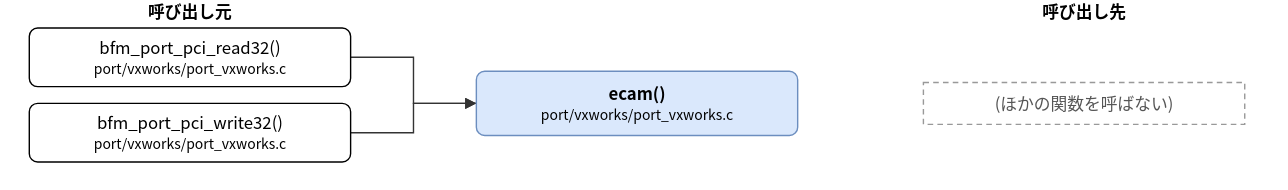
Above: doc/spec/images/call_port_vxworks_port_vxworks-ecam.drawio.svg in hf355051012-ai/bfmem (draw.io), before the change. Source tidied: cells renumbered, new cells last; positions are measured from the earlier drawing's top-left corner, leaving out a move shared by most shapes. Its diagram source:
```xml
<mxGraphModel>
  <root>
    <mxCell id="0" />
    <mxCell id="1" parent="0" />
    <mxCell id="2" value="ecam()&lt;br&gt;&lt;font style=&quot;font-size:10px&quot;&gt;port/vxworks/port_vxworks.c&lt;/font&gt;" style="rounded=1;whiteSpace=wrap;html=1;fillColor=#dae8fc;strokeColor=#6c8ebf;fontStyle=1;" parent="1" vertex="1">
      <mxGeometry x="320" y="51" width="230" height="46" as="geometry" />
    </mxCell>
    <mxCell id="3" value="bfm_port_pci_read32()&lt;br&gt;&lt;font style=&quot;font-size:10px&quot;&gt;port/vxworks/port_vxworks.c&lt;/font&gt;" style="rounded=1;whiteSpace=wrap;html=1;" parent="1" vertex="1">
      <mxGeometry y="20" width="230" height="42" as="geometry" />
    </mxCell>
    <mxCell id="4" value="bfm_port_pci_write32()&lt;br&gt;&lt;font style=&quot;font-size:10px&quot;&gt;port/vxworks/port_vxworks.c&lt;/font&gt;" style="rounded=1;whiteSpace=wrap;html=1;" parent="1" vertex="1">
      <mxGeometry y="74" width="230" height="42" as="geometry" />
    </mxCell>
    <mxCell id="5" value="(ほかの関数を呼ばない)" style="rounded=0;whiteSpace=wrap;html=1;dashed=1;strokeColor=#999999;fontColor=#555555;dashed=1;" parent="1" vertex="1">
      <mxGeometry x="640" y="59" width="230" height="30" as="geometry" />
    </mxCell>
    <mxCell id="6" style="edgeStyle=none;html=1;rounded=0;endArrow=block;endFill=1;exitX=1.0000;exitY=0.5000;exitDx=0;exitDy=0;exitPerimeter=0;entryX=0.0000;entryY=0.5000;entryDx=0;entryDy=0;entryPerimeter=0;" parent="1" edge="1" source="3" target="2">
      <mxGeometry relative="1" as="geometry">
        <Array as="points">
          <mxPoint x="275" y="41" />
          <mxPoint x="275" y="74" />
        </Array>
      </mxGeometry>
    </mxCell>
    <mxCell id="7" style="edgeStyle=none;html=1;rounded=0;endArrow=block;endFill=1;exitX=1.0000;exitY=0.5000;exitDx=0;exitDy=0;exitPerimeter=0;entryX=0.0000;entryY=0.5000;entryDx=0;entryDy=0;entryPerimeter=0;" parent="1" edge="1" source="4" target="2">
      <mxGeometry relative="1" as="geometry">
        <Array as="points">
          <mxPoint x="275" y="95" />
          <mxPoint x="275" y="74" />
        </Array>
      </mxGeometry>
    </mxCell>
    <mxCell id="8" value="呼び出し元" style="text;html=1;align=center;fontStyle=1;" parent="1" vertex="1">
      <mxGeometry x="35" width="160" height="18" as="geometry" />
    </mxCell>
    <mxCell id="9" value="呼び出し先" style="text;html=1;align=center;fontStyle=1;" parent="1" vertex="1">
      <mxGeometry x="675" width="160" height="18" as="geometry" />
    </mxCell>
  </root>
</mxGraphModel>
```
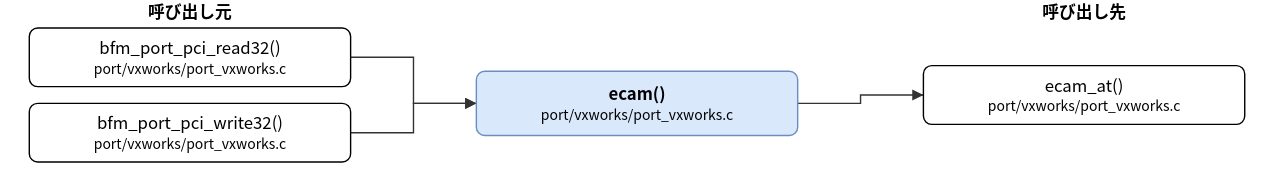
Later version of the same file.

What changed in the source:
```diff
@@ -11,8 +11,8 @@
     <mxCell id="4" value="bfm_port_pci_write32()&lt;br&gt;&lt;font style=&quot;font-size:10px&quot;&gt;port/vxworks/port_vxworks.c&lt;/font&gt;" style="rounded=1;whiteSpace=wrap;html=1;" parent="1" vertex="1">
       <mxGeometry y="74" width="230" height="42" as="geometry" />
     </mxCell>
-    <mxCell id="5" value="(ほかの関数を呼ばない)" style="rounded=0;whiteSpace=wrap;html=1;dashed=1;strokeColor=#999999;fontColor=#555555;dashed=1;" parent="1" vertex="1">
-      <mxGeometry x="640" y="59" width="230" height="30" as="geometry" />
+    <mxCell id="5" value="ecam_at()&lt;br&gt;&lt;font style=&quot;font-size:10px&quot;&gt;port/vxworks/port_vxworks.c&lt;/font&gt;" style="rounded=1;whiteSpace=wrap;html=1;" parent="1" vertex="1">
+      <mxGeometry x="640" y="47" width="230" height="42" as="geometry" />
     </mxCell>
     <mxCell id="6" style="edgeStyle=none;html=1;rounded=0;endArrow=block;endFill=1;exitX=1.0000;exitY=0.5000;exitDx=0;exitDy=0;exitPerimeter=0;entryX=0.0000;entryY=0.5000;entryDx=0;entryDy=0;entryPerimeter=0;" parent="1" edge="1" source="3" target="2">
       <mxGeometry relative="1" as="geometry">
@@ -30,6 +30,14 @@
         </Array>
       </mxGeometry>
     </mxCell>
+    <mxCell id="10" style="edgeStyle=none;html=1;rounded=0;endArrow=block;endFill=1;exitX=1.0000;exitY=0.5000;exitDx=0;exitDy=0;exitPerimeter=0;entryX=0.0000;entryY=0.5000;entryDx=0;entryDy=0;entryPerimeter=0;" parent="1" edge="1" source="2" target="5">
+      <mxGeometry relative="1" as="geometry">
+        <Array as="points">
+          <mxPoint x="595" y="74" />
+          <mxPoint x="595" y="68" />
+        </Array>
+      </mxGeometry>
+    </mxCell>
     <mxCell id="8" value="呼び出し元" style="text;html=1;align=center;fontStyle=1;" parent="1" vertex="1">
       <mxGeometry x="35" width="160" height="18" as="geometry" />
     </mxCell>
```
